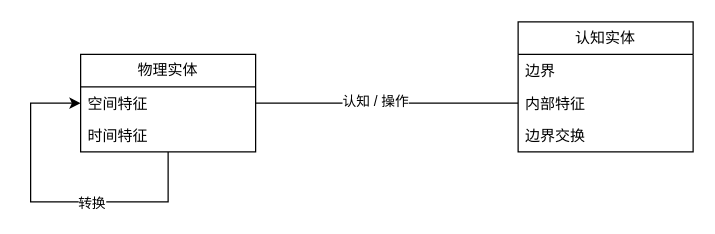
Earlier version of the draw.io diagram page "实体" (1 of 2) of base_model/实体和语言.drawio (cyxm/CodeGenerator). Source tidied: cells renumbered, new cells numbered last; positions are measured from the earlier drawing's top-left corner, leaving out a move shared by most shapes. Both pictures are drawn from the tidied source at 125%, with x=0, y=0 at pixel (30, 21).
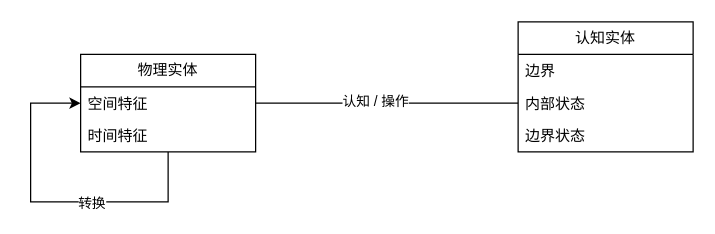
Above is the later version.

Diff of the diagram source:
```diff
@@
 <mxGraphModel>
   <root>
     <mxCell id="0" />
     <mxCell id="1" parent="0" />
     <mxCell id="2" value="物理实体" style="swimlane;fontStyle=0;horizontal=1;startSize=26;whiteSpace=wrap;html=1;rounded=0;" parent="1" vertex="1">
       <mxGeometry x="40" y="26" width="140" height="78" as="geometry" />
     </mxCell>
     <mxCell id="3" value="空间特征" style="text;strokeColor=none;fillColor=none;align=left;verticalAlign=top;spacingLeft=4;spacingRight=4;overflow=hidden;points=[[0,0.5],[1,0.5]];portConstraint=eastwest;whiteSpace=wrap;html=1;rounded=0;" parent="2" vertex="1">
       <mxGeometry y="26" width="140" height="26" as="geometry" />
     </mxCell>
     <mxCell id="4" value="时间特征" style="text;strokeColor=none;fillColor=none;align=left;verticalAlign=top;spacingLeft=4;spacingRight=4;overflow=hidden;whiteSpace=wrap;html=1;rounded=0;" parent="2" vertex="1">
       <mxGeometry y="52" width="140" height="26" as="geometry" />
     </mxCell>
     <mxCell id="5" style="edgeStyle=orthogonalEdgeStyle;rounded=0;jettySize=auto;html=1;exitX=0.5;exitY=1;exitDx=0;exitDy=0;entryX=0;entryY=0.5;entryDx=0;entryDy=0;" parent="2" edge="1" source="2" target="3">
       <mxGeometry relative="1" as="geometry">
         <Array as="points">
           <mxPoint x="70" y="118" />
           <mxPoint x="-40" y="118" />
           <mxPoint x="-40" y="39" />
         </Array>
       </mxGeometry>
     </mxCell>
     <mxCell id="6" value="转换" style="edgeLabel;html=1;align=center;verticalAlign=middle;rounded=0;" parent="5" vertex="1">
       <mxGeometry x="-0.24" relative="1" as="geometry" />
     </mxCell>
     <mxCell id="7" value="认知实体" style="swimlane;fontStyle=0;horizontal=1;startSize=26;fillColor=none;whiteSpace=wrap;html=1;rounded=0;" parent="1" vertex="1">
       <mxGeometry x="390" width="140" height="104" as="geometry" />
     </mxCell>
     <mxCell id="8" value="边界" style="text;strokeColor=none;fillColor=none;align=left;verticalAlign=top;spacingLeft=4;spacingRight=4;overflow=hidden;whiteSpace=wrap;html=1;rounded=0;" parent="7" vertex="1">
       <mxGeometry y="26" width="140" height="26" as="geometry" />
     </mxCell>
-    <mxCell id="9" value="内部特征" style="text;strokeColor=none;fillColor=none;align=left;verticalAlign=top;spacingLeft=4;spacingRight=4;overflow=hidden;points=[[0,0.5],[1,0.5]];portConstraint=eastwest;whiteSpace=wrap;html=1;rounded=0;" parent="7" vertex="1">
+    <mxCell id="9" value="内部状态" style="text;strokeColor=none;fillColor=none;align=left;verticalAlign=top;spacingLeft=4;spacingRight=4;overflow=hidden;points=[[0,0.5],[1,0.5]];portConstraint=eastwest;whiteSpace=wrap;html=1;rounded=0;" parent="7" vertex="1">
       <mxGeometry y="52" width="140" height="26" as="geometry" />
     </mxCell>
-    <mxCell id="10" value="边界交换" style="text;strokeColor=none;fillColor=none;align=left;verticalAlign=top;spacingLeft=4;spacingRight=4;overflow=hidden;whiteSpace=wrap;html=1;rounded=0;" parent="7" vertex="1">
+    <mxCell id="10" value="边界状态" style="text;strokeColor=none;fillColor=none;align=left;verticalAlign=top;spacingLeft=4;spacingRight=4;overflow=hidden;whiteSpace=wrap;html=1;rounded=0;" parent="7" vertex="1">
       <mxGeometry y="78" width="140" height="26" as="geometry" />
     </mxCell>
     <mxCell id="11" style="endArrow=none;html=1;rounded=0;exitX=1;exitY=0.5;exitDx=0;exitDy=0;entryX=0;entryY=0.5;entryDx=0;entryDy=0;" parent="1" edge="1" source="2" target="9">
       <mxGeometry relative="1" as="geometry" />
     </mxCell>
     <mxCell id="12" value="认知 / 操作" style="edgeLabel;html=1;align=center;verticalAlign=middle;rounded=0;" parent="11" vertex="1">
       <mxGeometry x="-0.1" y="2" relative="1" as="geometry" />
     </mxCell>
   </root>
 </mxGraphModel>
```
